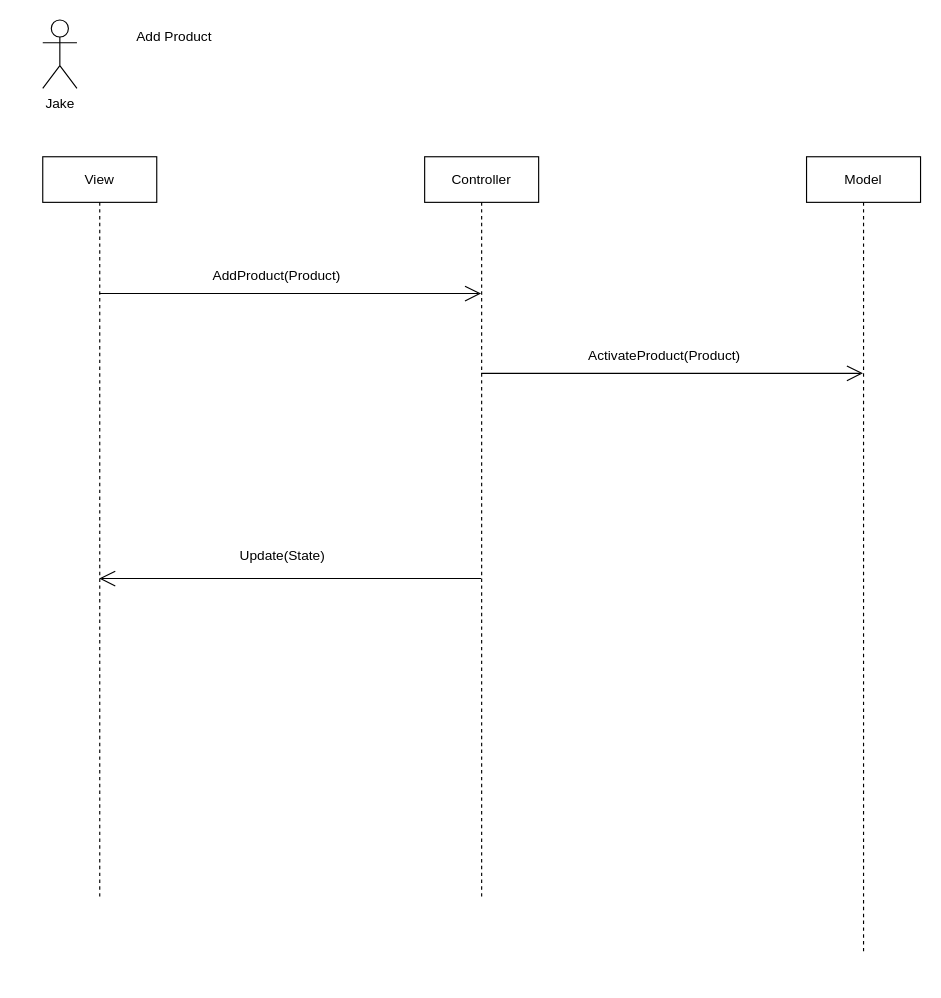
Before: page "UC-AddProduct" (4 of 4) of Project4-Diagrams.drawio in CoHammo/Bid501-Team14B, a draw.io diagram. Source tidied: cells renumbered, new cells numbered last; positions are measured from the earlier drawing's top-left corner, leaving out a move shared by most shapes. Both pictures are drawn from the tidied source at 114%, with x=0, y=0 at pixel (42, 19).
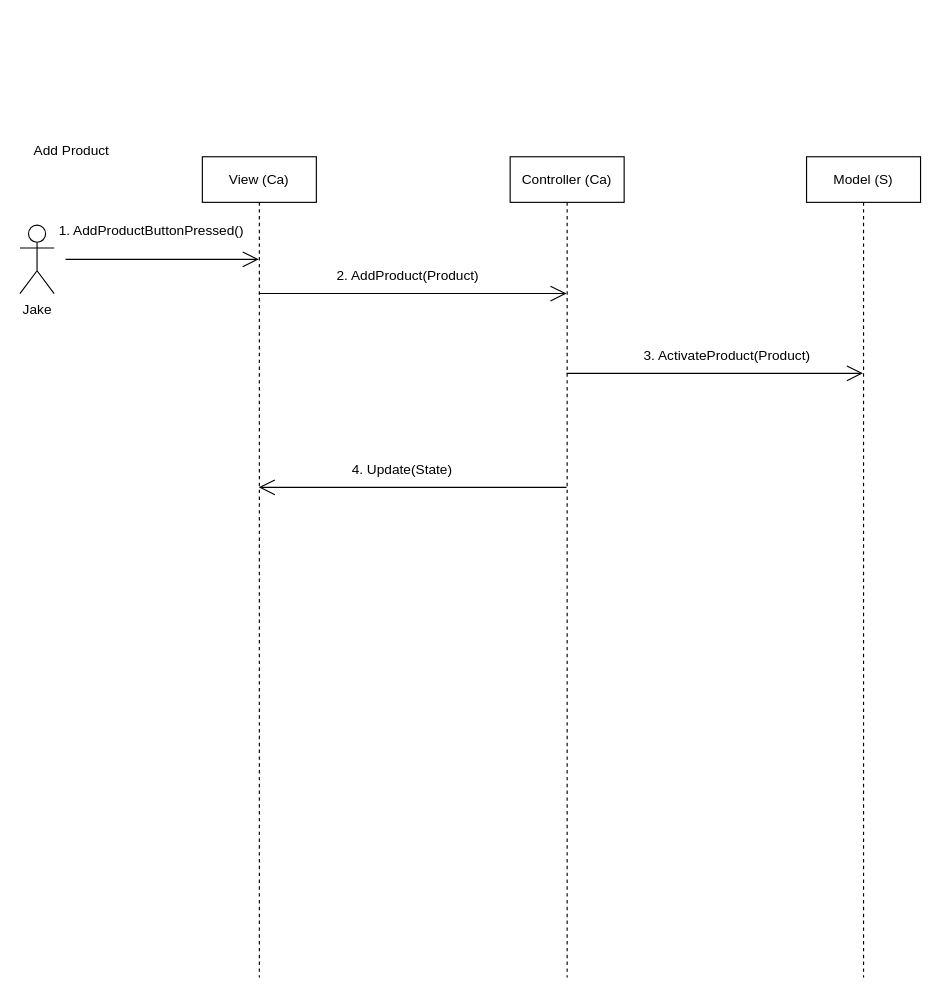
After the change.

Change to the diagram source:
```diff
@@
 <mxGraphModel>
   <root>
     <mxCell id="0" />
     <mxCell id="1" parent="0" />
-    <mxCell id="2" value="View" style="shape=umlLifeline;perimeter=lifelinePerimeter;whiteSpace=wrap;html=1;outlineConnect=0;" parent="1" vertex="1">
-      <mxGeometry y="120" width="100" height="650" as="geometry" />
+    <mxCell id="2" value="View (Ca)" style="shape=umlLifeline;perimeter=lifelinePerimeter;whiteSpace=wrap;html=1;outlineConnect=0;" parent="1" vertex="1">
+      <mxGeometry x="140" y="120" width="100" height="720" as="geometry" />
     </mxCell>
     <mxCell id="3" value="Jake" style="shape=umlActor;verticalLabelPosition=bottom;verticalAlign=top;html=1;" parent="1" vertex="1">
-      <mxGeometry width="30" height="60" as="geometry" />
+      <mxGeometry x="-20" y="180" width="30" height="60" as="geometry" />
     </mxCell>
     <mxCell id="4" value="Add Product" style="text;html=1;align=center;verticalAlign=middle;strokeColor=none;fillColor=none;" parent="1" vertex="1">
-      <mxGeometry x="70" width="90" height="30" as="geometry" />
+      <mxGeometry x="-20" y="100" width="90" height="30" as="geometry" />
     </mxCell>
-    <mxCell id="5" value="Controller" style="shape=umlLifeline;perimeter=lifelinePerimeter;whiteSpace=wrap;html=1;outlineConnect=0;" parent="1" vertex="1">
-      <mxGeometry x="335" y="120" width="100" height="650" as="geometry" />
+    <mxCell id="5" value="Controller (Ca)" style="shape=umlLifeline;perimeter=lifelinePerimeter;whiteSpace=wrap;html=1;outlineConnect=0;" parent="1" vertex="1">
+      <mxGeometry x="410" y="120" width="100" height="720" as="geometry" />
     </mxCell>
-    <mxCell id="6" value="Model" style="shape=umlLifeline;perimeter=lifelinePerimeter;whiteSpace=wrap;html=1;outlineConnect=0;" parent="1" vertex="1">
-      <mxGeometry x="670" y="120" width="100" height="700" as="geometry" />
+    <mxCell id="6" value="Model (S)" style="shape=umlLifeline;perimeter=lifelinePerimeter;whiteSpace=wrap;html=1;outlineConnect=0;" parent="1" vertex="1">
+      <mxGeometry x="670" y="120" width="100" height="720" as="geometry" />
     </mxCell>
     <mxCell id="7" style="endArrow=open;endFill=1;endSize=12;html=1;rounded=0;" parent="1" edge="1" source="2" target="5">
       <mxGeometry relative="1" as="geometry">
         <Array as="points">
           <mxPoint x="250" y="240" />
         </Array>
       </mxGeometry>
     </mxCell>
-    <mxCell id="8" value="AddProduct(Product)" style="text;html=1;align=center;verticalAlign=middle;strokeColor=none;fillColor=none;" parent="1" vertex="1">
-      <mxGeometry x="140" y="210" width="130" height="30" as="geometry" />
+    <mxCell id="8" value="2. AddProduct(Product)" style="text;html=1;align=center;verticalAlign=middle;strokeColor=none;fillColor=none;" parent="1" vertex="1">
+      <mxGeometry x="245" y="210" width="150" height="30" as="geometry" />
     </mxCell>
     <mxCell id="9" style="endArrow=open;endFill=1;endSize=12;html=1;rounded=0;" parent="1" edge="1" source="5" target="6">
       <mxGeometry relative="1" as="geometry">
         <Array as="points">
           <mxPoint x="570" y="310" />
         </Array>
       </mxGeometry>
     </mxCell>
-    <mxCell id="10" value="ActivateProduct(Product)" style="text;html=1;align=center;verticalAlign=middle;strokeColor=none;fillColor=none;" parent="1" vertex="1">
-      <mxGeometry x="465" y="280" width="160" height="30" as="geometry" />
+    <mxCell id="10" value="3. ActivateProduct(Product)" style="text;html=1;align=center;verticalAlign=middle;strokeColor=none;fillColor=none;" parent="1" vertex="1">
+      <mxGeometry x="515" y="280" width="170" height="30" as="geometry" />
     </mxCell>
+    <mxCell id="12" value="4. Update(State)" style="text;html=1;align=center;verticalAlign=middle;strokeColor=none;fillColor=none;" parent="1" vertex="1">
+      <mxGeometry x="260" y="380" width="110" height="30" as="geometry" />
+    </mxCell>
+    <mxCell id="13" style="endArrow=open;endFill=1;endSize=12;html=1;rounded=0;" parent="1" edge="1" target="2">
+      <mxGeometry relative="1" as="geometry">
+        <mxPoint x="20" y="210" as="sourcePoint" />
+      </mxGeometry>
+    </mxCell>
+    <mxCell id="14" value="1. AddProductButtonPressed()" style="text;html=1;align=center;verticalAlign=middle;strokeColor=none;fillColor=none;" parent="1" vertex="1">
+      <mxGeometry y="170" width="190" height="30" as="geometry" />
+    </mxCell>
     <mxCell id="11" style="endArrow=open;endFill=1;endSize=12;html=1;rounded=0;" parent="1" edge="1" source="5" target="2">
       <mxGeometry relative="1" as="geometry">
         <Array as="points">
-          <mxPoint x="230" y="490" />
+          <mxPoint x="370" y="410" />
         </Array>
       </mxGeometry>
     </mxCell>
-    <mxCell id="12" value="Update(State)" style="text;html=1;align=center;verticalAlign=middle;strokeColor=none;fillColor=none;" parent="1" vertex="1">
-      <mxGeometry x="160" y="455" width="100" height="30" as="geometry" />
-    </mxCell>
   </root>
 </mxGraphModel>
```
